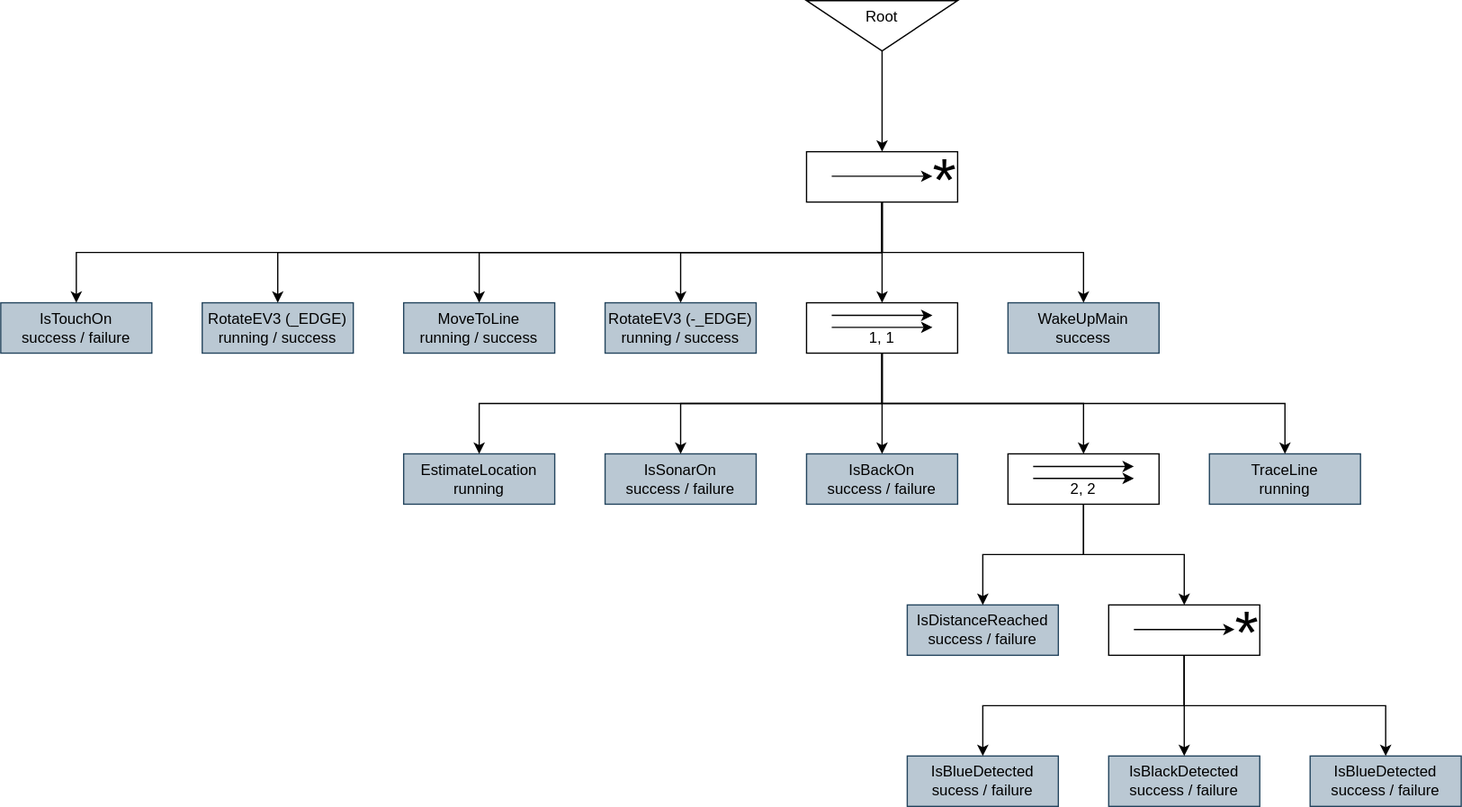
Earlier version of the draw.io export 2021base/behavior_tree.drawio.svg (ymnkmstk/roboyama). Source tidied: cells renumbered, new cells last; positions are measured from the earlier drawing's top-left corner, leaving out a move shared by most shapes.
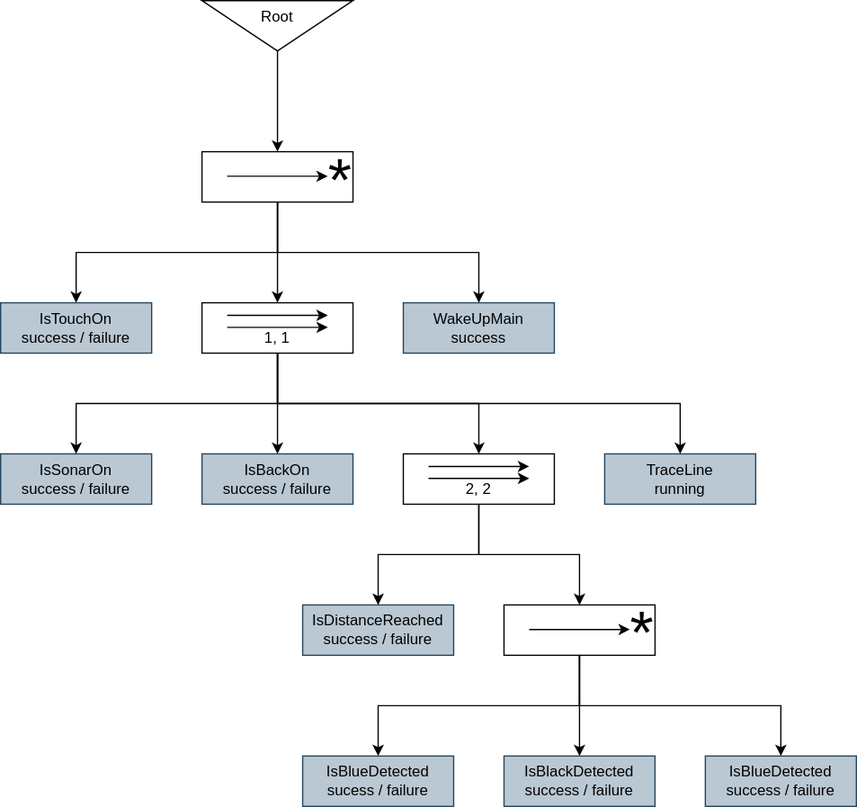
After the change.

What changed in the source:
```diff
@@ -9,7 +9,7 @@
       <mxGeometry x="640" width="120" height="40" as="geometry" />
     </mxCell>
     <mxCell id="4" value="IsTouchOn&lt;br&gt;success / failure" style="rounded=0;whiteSpace=wrap;html=1;fillColor=#bac8d3;strokeColor=#23445d;" parent="1" vertex="1">
-      <mxGeometry y="240" width="120" height="40" as="geometry" />
+      <mxGeometry x="480" y="240" width="120" height="40" as="geometry" />
     </mxCell>
     <mxCell id="5" style="group;" parent="1" vertex="1">
       <mxGeometry x="640" y="240" width="120" height="40" as="geometry" />
@@ -62,9 +62,6 @@
     <mxCell id="17" value="&lt;font style=&quot;font-size: 48px&quot;&gt;*&lt;/font&gt;" style="text;html=1;strokeColor=none;fillColor=none;align=center;verticalAlign=middle;whiteSpace=wrap;rounded=0;" parent="14" vertex="1">
       <mxGeometry x="100" y="12" width="20" height="20" as="geometry" />
     </mxCell>
-    <mxCell id="18" value="EstimateLocation&lt;br&gt;running" style="rounded=0;whiteSpace=wrap;html=1;fillColor=#bac8d3;strokeColor=#23445d;" parent="1" vertex="1">
-      <mxGeometry x="320" y="360" width="120" height="40" as="geometry" />
-    </mxCell>
     <mxCell id="19" value="IsSonarOn&lt;br&gt;success / failure" style="rounded=0;whiteSpace=wrap;html=1;fillColor=#bac8d3;strokeColor=#23445d;" parent="1" vertex="1">
       <mxGeometry x="480" y="360" width="120" height="40" as="geometry" />
     </mxCell>
@@ -108,7 +105,7 @@
       <mxGeometry relative="1" as="geometry">
         <Array as="points">
           <mxPoint x="700" y="200" />
-          <mxPoint x="60" y="200" />
+          <mxPoint x="540" y="200" />
         </Array>
       </mxGeometry>
     </mxCell>
@@ -118,9 +115,6 @@
     <mxCell id="32" style="edgeStyle=orthogonalEdgeStyle;rounded=0;jettySize=auto;html=1;exitX=0.5;exitY=1;exitDx=0;exitDy=0;entryX=0.5;entryY=0;entryDx=0;entryDy=0;" parent="1" edge="1" source="10" target="6">
       <mxGeometry relative="1" as="geometry" />
     </mxCell>
-    <mxCell id="33" style="edgeStyle=orthogonalEdgeStyle;rounded=0;jettySize=auto;html=1;entryX=0.5;entryY=0;entryDx=0;entryDy=0;exitX=0.5;exitY=1;exitDx=0;exitDy=0;" parent="1" edge="1" source="6" target="18">
-      <mxGeometry relative="1" as="geometry" />
-    </mxCell>
     <mxCell id="34" style="edgeStyle=orthogonalEdgeStyle;rounded=0;jettySize=auto;html=1;exitX=0.5;exitY=1;exitDx=0;exitDy=0;" parent="1" edge="1" source="6" target="19">
       <mxGeometry relative="1" as="geometry" />
     </mxCell>
@@ -148,33 +142,5 @@
     <mxCell id="42" style="edgeStyle=orthogonalEdgeStyle;rounded=0;jettySize=auto;html=1;exitX=0.5;exitY=1;exitDx=0;exitDy=0;entryX=0.5;entryY=0;entryDx=0;entryDy=0;" parent="1" edge="1" source="15" target="27">
       <mxGeometry relative="1" as="geometry" />
     </mxCell>
-    <mxCell id="43" value="RotateEV3 (_EDGE)&lt;br&gt;running / success" style="rounded=0;whiteSpace=wrap;html=1;fillColor=#bac8d3;strokeColor=#23445d;" parent="1" vertex="1">
-      <mxGeometry x="160" y="240" width="120" height="40" as="geometry" />
-    </mxCell>
-    <mxCell id="44" value="RotateEV3 (-_EDGE)&lt;br&gt;running / success" style="rounded=0;whiteSpace=wrap;html=1;fillColor=#bac8d3;strokeColor=#23445d;" parent="1" vertex="1">
-      <mxGeometry x="480" y="240" width="120" height="40" as="geometry" />
-    </mxCell>
-    <mxCell id="45" value="MoveToLine&lt;br&gt;running / success" style="rounded=0;whiteSpace=wrap;html=1;fillColor=#bac8d3;strokeColor=#23445d;" parent="1" vertex="1">
-      <mxGeometry x="320" y="240" width="120" height="40" as="geometry" />
-    </mxCell>
-    <mxCell id="46" style="edgeStyle=orthogonalEdgeStyle;rounded=0;jettySize=auto;html=1;exitX=0.5;exitY=1;exitDx=0;exitDy=0;entryX=0.5;entryY=0;entryDx=0;entryDy=0;" parent="1" edge="1" source="10" target="43">
-      <mxGeometry relative="1" as="geometry">
-        <Array as="points">
-          <mxPoint x="700" y="200" />
-          <mxPoint x="220" y="200" />
-        </Array>
-      </mxGeometry>
-    </mxCell>
-    <mxCell id="47" style="edgeStyle=orthogonalEdgeStyle;rounded=0;jettySize=auto;html=1;entryX=0.5;entryY=0;entryDx=0;entryDy=0;exitX=0.5;exitY=1;exitDx=0;exitDy=0;" parent="1" edge="1" source="10" target="45">
-      <mxGeometry relative="1" as="geometry">
-        <Array as="points">
-          <mxPoint x="700" y="200" />
-          <mxPoint x="380" y="200" />
-        </Array>
-      </mxGeometry>
-    </mxCell>
-    <mxCell id="48" style="edgeStyle=orthogonalEdgeStyle;rounded=0;jettySize=auto;html=1;exitX=0.5;exitY=1;exitDx=0;exitDy=0;entryX=0.5;entryY=0;entryDx=0;entryDy=0;" parent="1" edge="1" source="10" target="44">
-      <mxGeometry relative="1" as="geometry" />
-    </mxCell>
   </root>
 </mxGraphModel>
```
